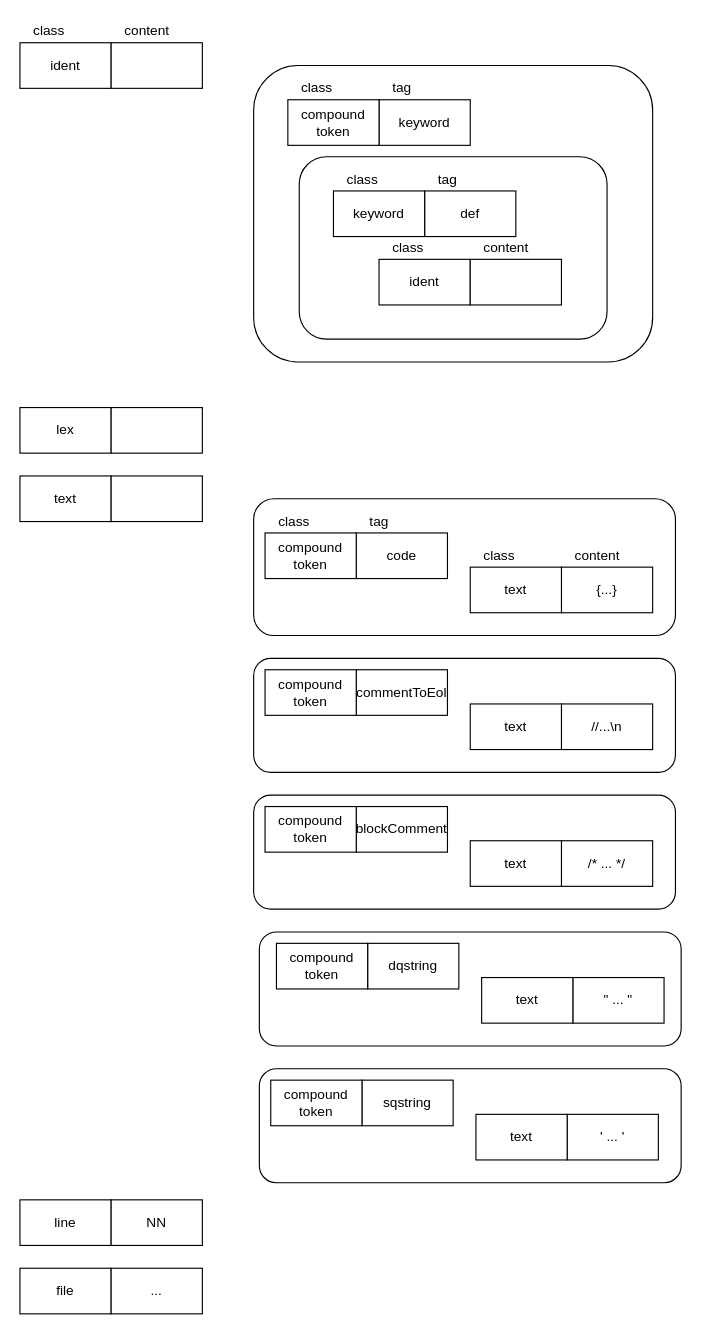
Before: page "embellished tokens" (3 of 3) of asca/basic tokens.drawio in guitarvydas/dasl2, a draw.io diagram. Source tidied: cells renumbered, new cells numbered last; positions are measured from the earlier drawing's top-left corner, leaving out a move shared by most shapes. Both pictures are drawn from the tidied source at 114%, with x=0, y=0 at pixel (19, 19).
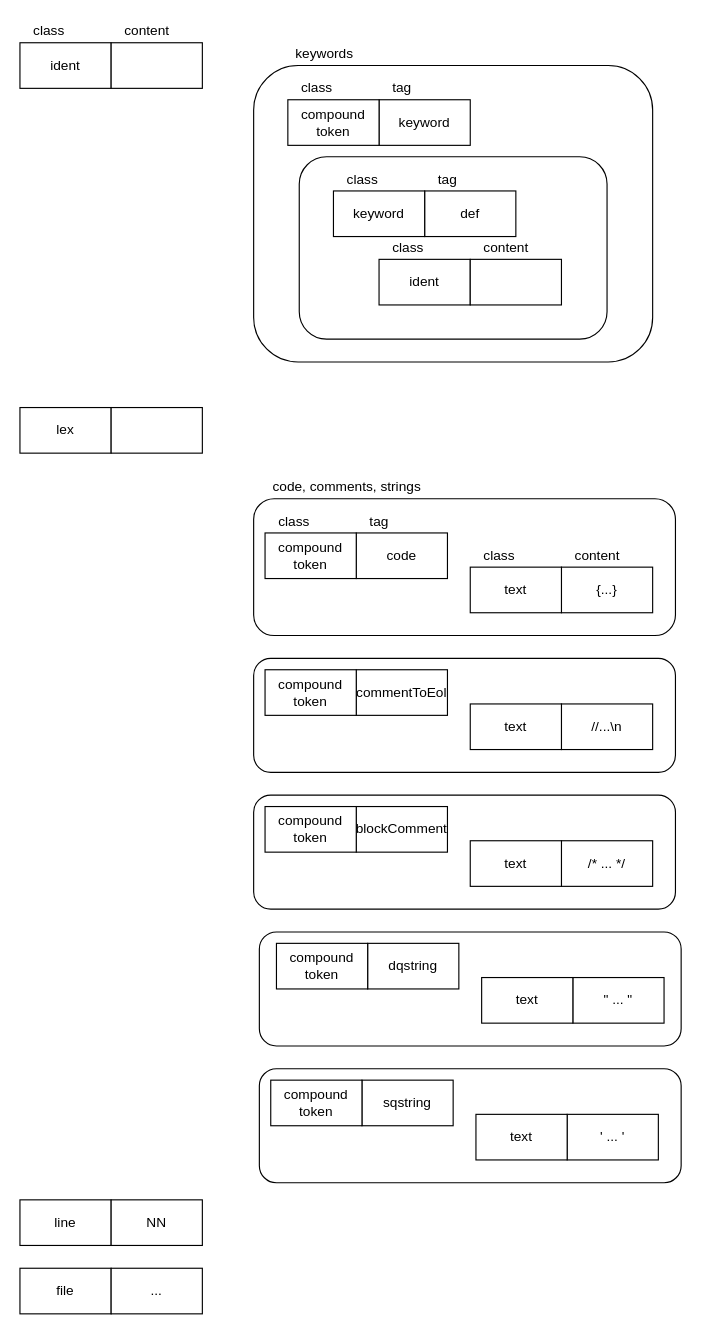
The same page after the edit.

Change to the diagram source:
```diff
@@
-    <mxCell id="15" value="text" style="rounded=0;whiteSpace=wrap;html=1;" parent="1" vertex="1">
-      <mxGeometry y="400" width="80" height="40" as="geometry" />
-    </mxCell>
-    <mxCell id="16" style="rounded=0;whiteSpace=wrap;html=1;" parent="1" vertex="1">
-      <mxGeometry x="80" y="400" width="80" height="40" as="geometry" />
-    </mxCell>
@@
+    <mxCell id="57" value="keywords" style="text;html=1;strokeColor=none;fillColor=none;align=left;verticalAlign=middle;whiteSpace=wrap;rounded=0;" parent="1" vertex="1">
+      <mxGeometry x="240" y="20" width="40" height="20" as="geometry" />
+    </mxCell>
+    <mxCell id="58" value="code, comments, strings" style="text;html=1;strokeColor=none;fillColor=none;align=left;verticalAlign=middle;whiteSpace=wrap;rounded=0;" parent="1" vertex="1">
+      <mxGeometry x="220" y="400" width="140" height="20" as="geometry" />
+    </mxCell>
```
